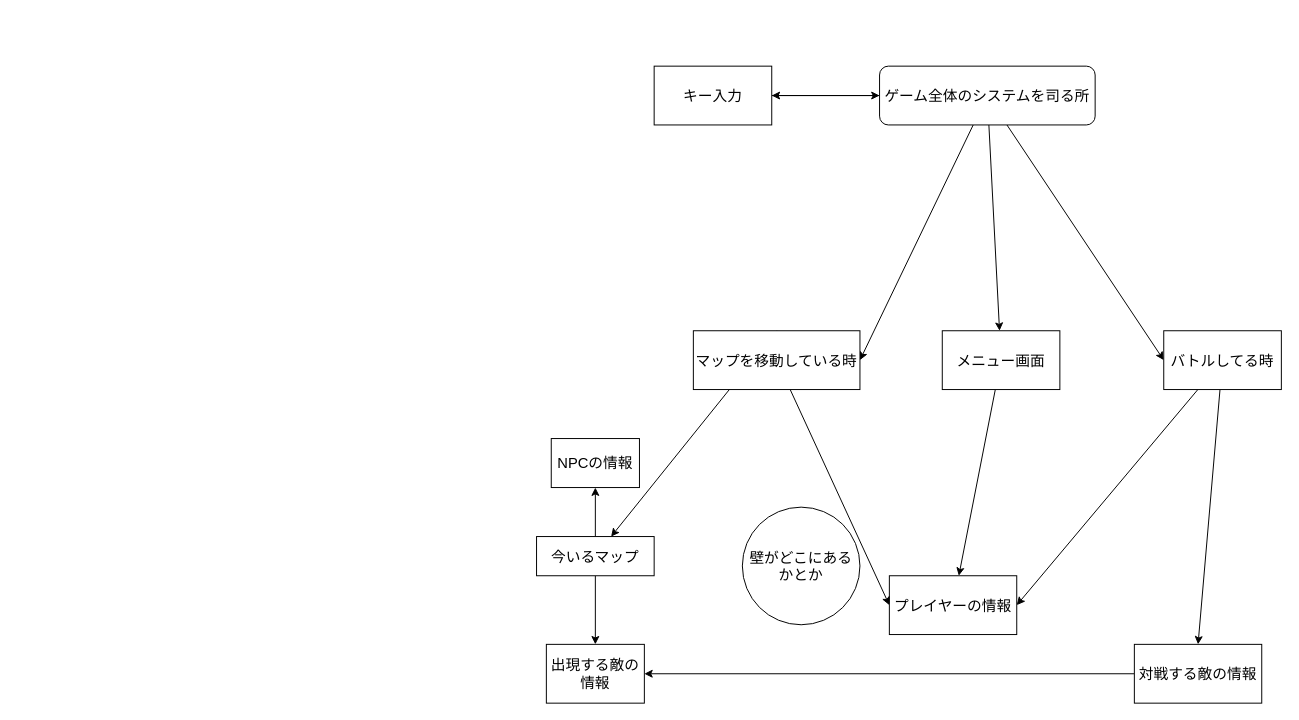
Above: design.dio in hk-p114514/gohanRPG (draw.io), before the change. Source tidied: cells renumbered, new cells numbered last; positions are measured from the earlier drawing's top-left corner, leaving out a move shared by most shapes. Both pictures are drawn from the tidied source at 98%, with x=0, y=0 at pixel (536, 66).
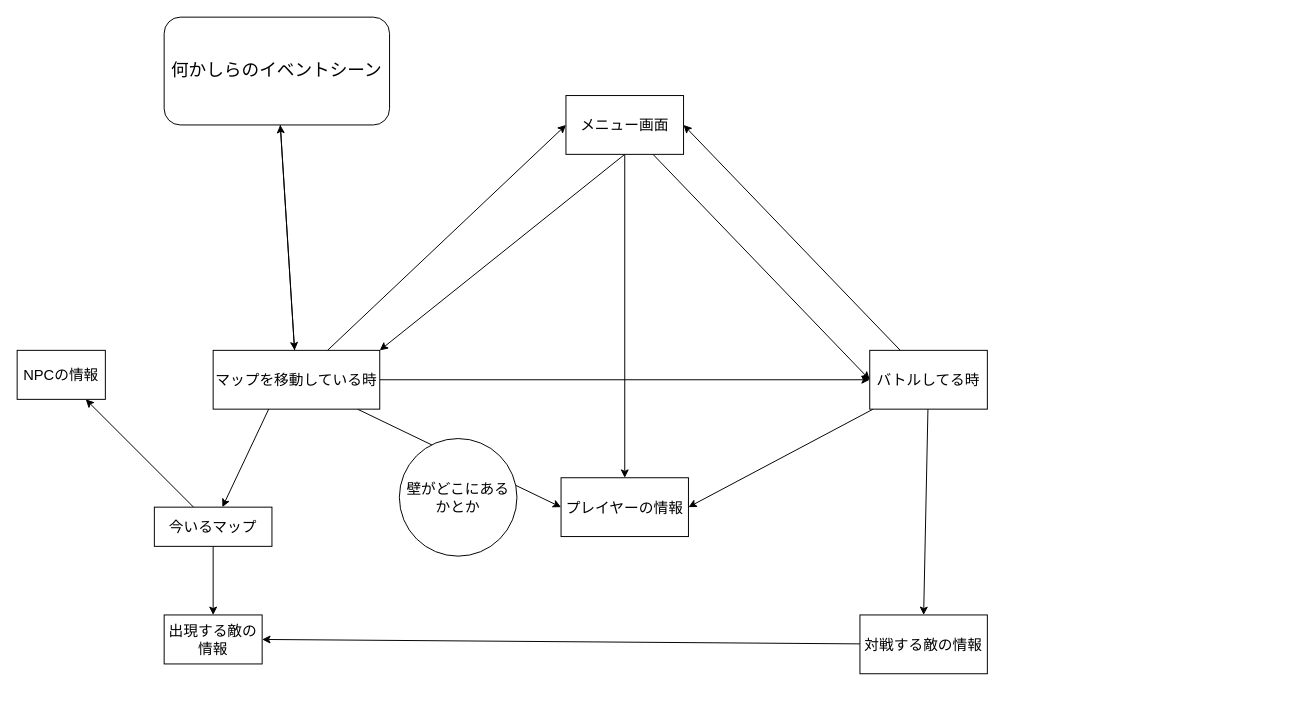
The same diagram, later.

Commit message (it also covers changes not shown here):
GameSystemを用いない方向に転換

What changed in the source:
```diff
@@
     <mxCell id="4" value="今いるマップ" style="rounded=0;whiteSpace=wrap;html=1;strokeWidth=1;fontSize=15;" parent="1" vertex="1">
-      <mxGeometry y="480" width="120" height="40" as="geometry" />
+      <mxGeometry x="-390" y="450" width="120" height="40" as="geometry" />
     </mxCell>
     <mxCell id="5" value="プレイヤーの情報" style="rounded=0;whiteSpace=wrap;html=1;strokeWidth=1;fontSize=15;" parent="1" vertex="1">
-      <mxGeometry x="360" y="520" width="130" height="60" as="geometry" />
+      <mxGeometry x="25" y="420" width="130" height="60" as="geometry" />
     </mxCell>
     <mxCell id="6" value="NPCの情報" style="rounded=0;whiteSpace=wrap;html=1;strokeWidth=1;fontSize=15;" parent="1" vertex="1">
-      <mxGeometry x="15" y="380" width="90" height="50" as="geometry" />
+      <mxGeometry x="-530" y="290" width="90" height="50" as="geometry" />
     </mxCell>
@@
-    <mxCell id="8" style="edgeStyle=none;html=1;entryX=1;entryY=0.5;entryDx=0;entryDy=0;strokeWidth=1;fontSize=15;" parent="1" edge="1" source="12" target="15">
-      <mxGeometry relative="1" as="geometry" />
-    </mxCell>
-    <mxCell id="9" style="edgeStyle=none;html=1;entryX=0;entryY=0.5;entryDx=0;entryDy=0;strokeWidth=1;fontSize=15;" parent="1" edge="1" source="12" target="18">
-      <mxGeometry relative="1" as="geometry" />
-    </mxCell>
-    <mxCell id="10" style="edgeStyle=none;html=1;strokeWidth=1;fontSize=15;" parent="1" edge="1" source="12" target="22">
-      <mxGeometry relative="1" as="geometry" />
-    </mxCell>
-    <mxCell id="11" style="edgeStyle=none;html=1;entryX=1;entryY=0.5;entryDx=0;entryDy=0;" parent="1" edge="1" source="12" target="25">
-      <mxGeometry relative="1" as="geometry" />
-    </mxCell>
-    <mxCell id="12" value="ゲーム全体のシステムを司る所" style="rounded=1;whiteSpace=wrap;html=1;strokeWidth=1;fontSize=15;" parent="1" vertex="1">
-      <mxGeometry x="350" width="220" height="60" as="geometry" />
-    </mxCell>
     <mxCell id="13" value="出現する敵の情報" style="rounded=0;whiteSpace=wrap;html=1;strokeWidth=1;fontSize=15;" parent="1" vertex="1">
-      <mxGeometry x="10" y="590" width="100" height="60" as="geometry" />
+      <mxGeometry x="-380" y="560" width="100" height="50" as="geometry" />
     </mxCell>
@@
+    <mxCell id="26" style="edgeStyle=none;html=1;entryX=0;entryY=0.5;entryDx=0;entryDy=0;" parent="1" edge="1" source="15" target="22">
+      <mxGeometry relative="1" as="geometry" />
+    </mxCell>
+    <mxCell id="27" style="edgeStyle=none;html=1;entryX=0;entryY=0.5;entryDx=0;entryDy=0;" parent="1" edge="1" source="15" target="18">
+      <mxGeometry relative="1" as="geometry" />
+    </mxCell>
+    <mxCell id="28" style="edgeStyle=none;html=1;fontSize=18;" parent="1" edge="1" source="15" target="33">
+      <mxGeometry relative="1" as="geometry" />
+    </mxCell>
     <mxCell id="15" value="マップを移動している時" style="rounded=0;whiteSpace=wrap;html=1;strokeWidth=1;fontSize=15;" parent="1" vertex="1">
-      <mxGeometry x="160" y="270" width="170" height="60" as="geometry" />
+      <mxGeometry x="-330" y="290" width="170" height="60" as="geometry" />
     </mxCell>
@@
+    <mxCell id="29" style="edgeStyle=none;html=1;entryX=1;entryY=0.5;entryDx=0;entryDy=0;" parent="1" edge="1" source="18" target="22">
+      <mxGeometry relative="1" as="geometry" />
+    </mxCell>
     <mxCell id="18" value="バトルしてる時" style="rounded=0;whiteSpace=wrap;html=1;strokeWidth=1;fontSize=15;" parent="1" vertex="1">
-      <mxGeometry x="640" y="270" width="120" height="60" as="geometry" />
+      <mxGeometry x="340" y="290" width="120" height="60" as="geometry" />
     </mxCell>
@@
     <mxCell id="20" value="対戦する敵の情報" style="rounded=0;whiteSpace=wrap;html=1;strokeWidth=1;fontSize=15;" parent="1" vertex="1">
-      <mxGeometry x="610" y="590" width="130" height="60" as="geometry" />
+      <mxGeometry x="330" y="560" width="130" height="60" as="geometry" />
     </mxCell>
@@
+    <mxCell id="30" style="edgeStyle=none;html=1;entryX=0;entryY=0.5;entryDx=0;entryDy=0;" parent="1" edge="1" source="22" target="18">
+      <mxGeometry relative="1" as="geometry" />
+    </mxCell>
+    <mxCell id="31" style="edgeStyle=none;html=1;exitX=0.5;exitY=1;exitDx=0;exitDy=0;entryX=1;entryY=0;entryDx=0;entryDy=0;" parent="1" edge="1" source="22" target="15">
+      <mxGeometry relative="1" as="geometry" />
+    </mxCell>
     <mxCell id="22" value="メニュー画面" style="rounded=0;whiteSpace=wrap;html=1;strokeWidth=1;fontSize=15;" parent="1" vertex="1">
-      <mxGeometry x="414" y="270" width="120" height="60" as="geometry" />
+      <mxGeometry x="30" y="30" width="120" height="60" as="geometry" />
     </mxCell>
     <mxCell id="23" value="壁がどこにあるかとか" style="ellipse;whiteSpace=wrap;html=1;fontSize=15;strokeWidth=1;" parent="1" vertex="1">
-      <mxGeometry x="210" y="450" width="120" height="120" as="geometry" />
+      <mxGeometry x="-140" y="380" width="120" height="120" as="geometry" />
     </mxCell>
-    <mxCell id="24" style="edgeStyle=none;html=1;" parent="1" edge="1" source="25" target="12">
-      <mxGeometry relative="1" as="geometry" />
-    </mxCell>
-    <mxCell id="25" value="&lt;font style=&quot;font-size: 15px&quot;&gt;キー入力&lt;/font&gt;" style="rounded=0;whiteSpace=wrap;html=1;" parent="1" vertex="1">
-      <mxGeometry x="120" width="120" height="60" as="geometry" />
-    </mxCell>
+    <mxCell id="32" style="edgeStyle=none;html=1;fontSize=18;" parent="1" edge="1" source="33" target="15">
+      <mxGeometry relative="1" as="geometry" />
+    </mxCell>
+    <mxCell id="33" value="&lt;font style=&quot;font-size: 18px&quot;&gt;何かしらのイベントシーン&lt;/font&gt;" style="rounded=1;whiteSpace=wrap;html=1;" parent="1" vertex="1">
+      <mxGeometry x="-380" y="-50" width="230" height="110" as="geometry" />
+    </mxCell>
```
